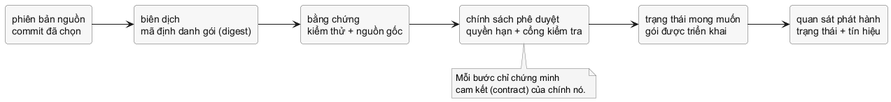
The PlantUML diagram assets/diagrams/delivery-evidence-chain.png in Minhlike/Golang, before a commit.
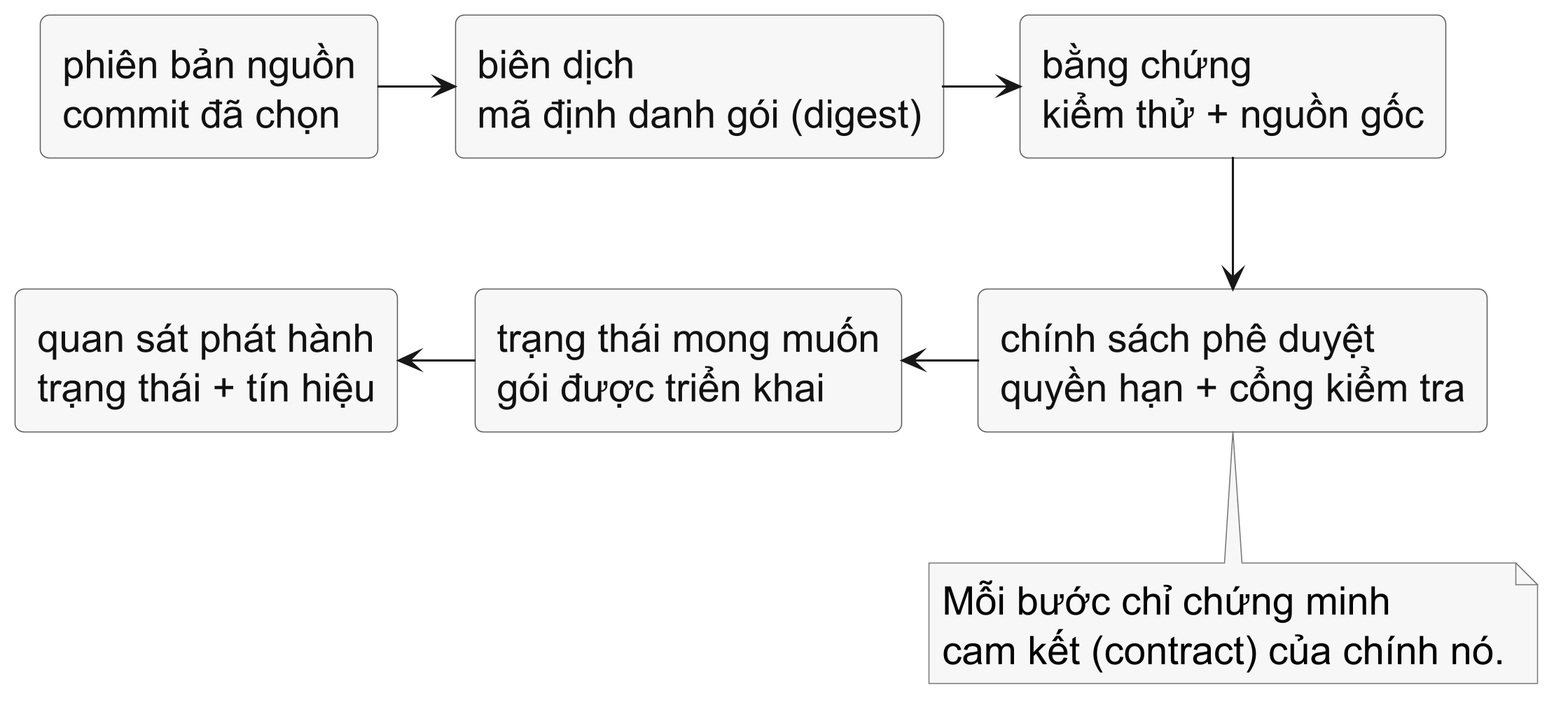
Later version of the same file.

What changed in the source:
```diff
@@ -1,7 +1,9 @@
 @startuml
-left to right direction
+skinparamlocked dpi 300
+top to bottom direction
 skinparam shadowing false
 skinparam defaultFontName "Source Sans 3"
+skinparam defaultFontSize 18
 skinparam rectangle {
   BackgroundColor #F7F7F7
   BorderColor #5D5D5D
@@ -20,11 +22,11 @@
 rectangle "trạng thái mong muốn\ngói được triển khai" as deploy
 rectangle "quan sát phát hành\ntrạng thái + tín hiệu" as observe
 
-source --> build
-build --> evidence
-evidence --> policy
-policy --> deploy
-deploy --> observe
+source -right-> build
+build -right-> evidence
+evidence -down-> policy
+policy -left-> deploy
+deploy -left-> observe
 
 note bottom of policy
   Mỗi bước chỉ chứng minh
```
